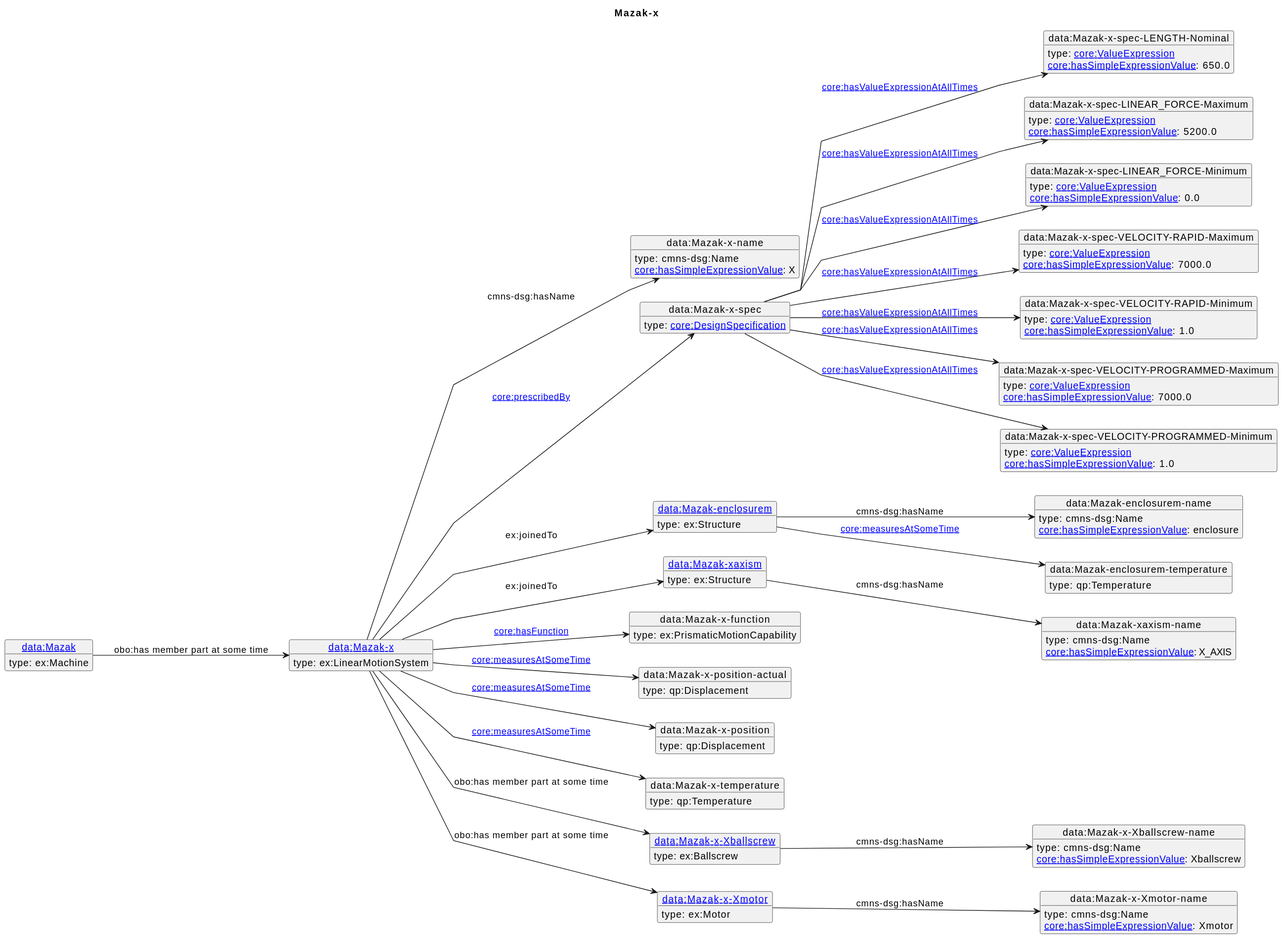
The PlantUML diagram diagrams/Mazak-x.svg in iofoundry/example-syseng-mtconnect, before a commit.
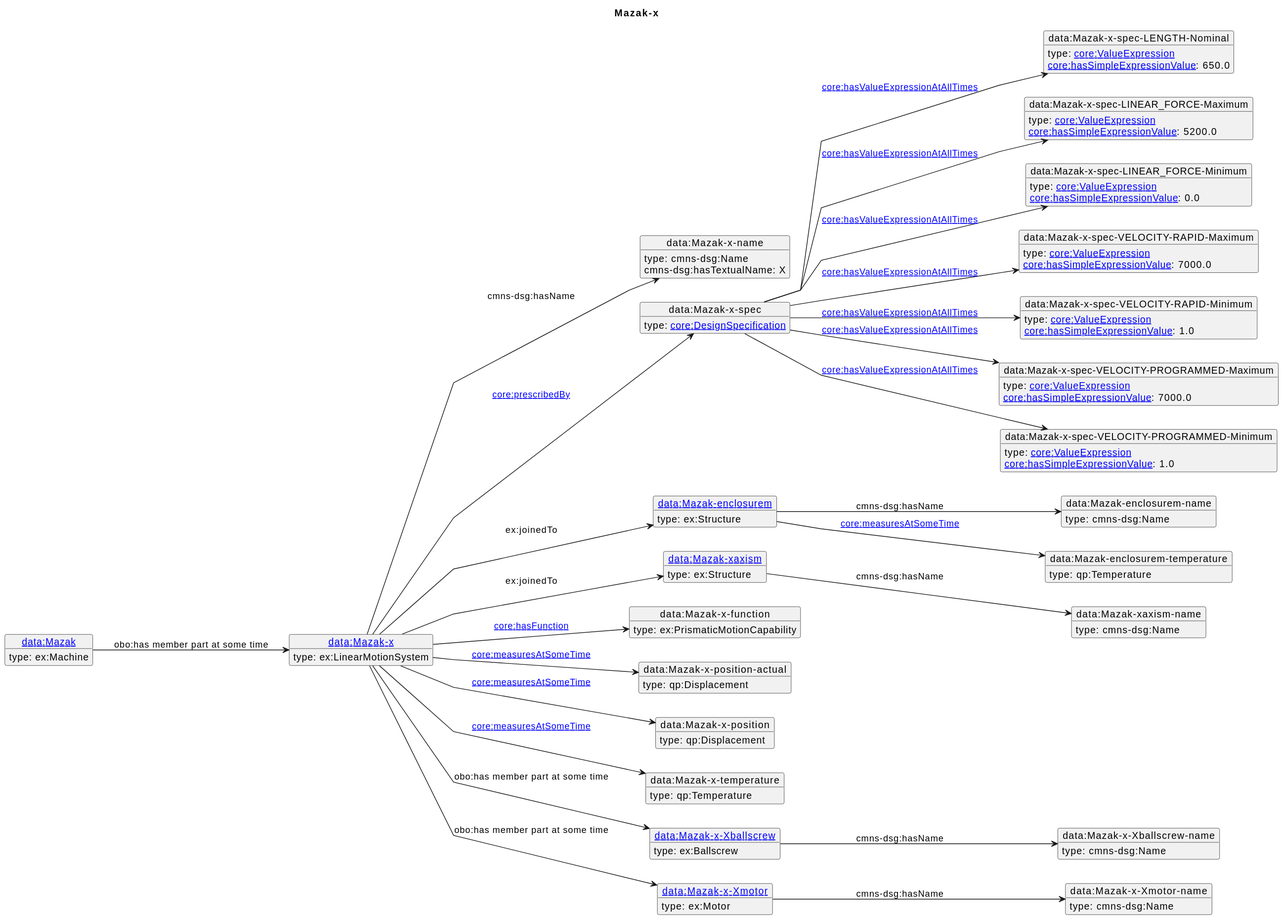
Later version of the same file.

Diff of the diagram source:
```diff
@@ -75,7 +75,7 @@
  type: ex:Machine
 }
 o1 --> o2 : cmns-dsg:hasName
-o2 : [[https://spec.industrialontologies.org/ontology/core/Core/hasSimpleExpressionValue core:hasSimpleExpressionValue]]: X
+o2 : cmns-dsg:hasTextualName: X
 o1 --> o3 : [[https://spec.industrialontologies.org/ontology/core/Core/prescribedBy core:prescribedBy]]
 o3 --> o4 : [[https://spec.industrialontologies.org/ontology/core/Core/hasValueExpressionAtAllTimes core:hasValueExpressionAtAllTimes]]
 o4 : [[https://spec.industrialontologies.org/ontology/core/Core/hasSimpleExpressionValue core:hasSimpleExpressionValue]]: 650.0
@@ -93,20 +93,16 @@
 o10 : [[https://spec.industrialontologies.org/ontology/core/Core/hasSimpleExpressionValue core:hasSimpleExpressionValue]]: 1.0
 o1 --> o11 : ex:joinedTo
 o11 --> o12 : cmns-dsg:hasName
-o12 : [[https://spec.industrialontologies.org/ontology/core/Core/hasSimpleExpressionValue core:hasSimpleExpressionValue]]: enclosure
 o11 --> o13 : [[https://spec.industrialontologies.org/ontology/core/Core/measuresAtSomeTime core:measuresAtSomeTime]]
 o1 --> o14 : ex:joinedTo
 o14 --> o15 : cmns-dsg:hasName
-o15 : [[https://spec.industrialontologies.org/ontology/core/Core/hasSimpleExpressionValue core:hasSimpleExpressionValue]]: X_AXIS
 o1 --> o16 : [[https://spec.industrialontologies.org/ontology/core/Core/hasFunction core:hasFunction]]
 o1 --> o17 : [[https://spec.industrialontologies.org/ontology/core/Core/measuresAtSomeTime core:measuresAtSomeTime]]
 o1 --> o18 : [[https://spec.industrialontologies.org/ontology/core/Core/measuresAtSomeTime core:measuresAtSomeTime]]
 o1 --> o19 : [[https://spec.industrialontologies.org/ontology/core/Core/measuresAtSomeTime core:measuresAtSomeTime]]
 o1 --> o20 : obo:has member part at some time
 o20 --> o21 : cmns-dsg:hasName
-o21 : [[https://spec.industrialontologies.org/ontology/core/Core/hasSimpleExpressionValue core:hasSimpleExpressionValue]]: Xballscrew
 o1 --> o22 : obo:has member part at some time
 o22 --> o23 : cmns-dsg:hasName
-o23 : [[https://spec.industrialontologies.org/ontology/core/Core/hasSimpleExpressionValue core:hasSimpleExpressionValue]]: Xmotor
 o24 --> o1 : obo:has member part at some time
 @enduml
```
